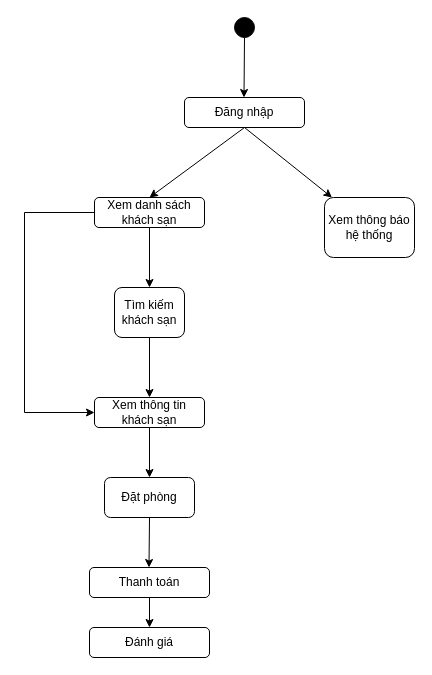
tenmo2003/OOAD keeps this draw.io diagram as Untitled Diagram.drawio. Above is the earlier version. Source tidied: cells renumbered, new cells numbered last; positions are measured from the earlier drawing's top-left corner, leaving out a move shared by most shapes. Both pictures are drawn from the tidied source at 100%, with x=0, y=0 at pixel (24, 17).
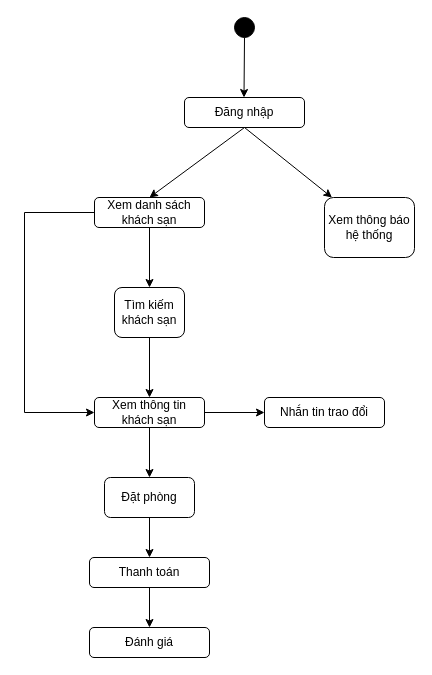
After the change.

The change refers to these unchanged cells:
```xml
<mxCell id="11" value="Xem thông tin khách sạn" style="rounded=1;whiteSpace=wrap;html=1;" parent="1" vertex="1">
  <mxGeometry x="70" y="380" width="110" height="30" as="geometry" />
</mxCell>
<mxCell id="16" value="Đặt phòng" style="rounded=1;whiteSpace=wrap;html=1;" parent="1" vertex="1">
  <mxGeometry x="80" y="460" width="90" height="40" as="geometry" />
</mxCell>
```

What changed in the source:
```diff
@@
+    <mxCell id="20" style="edgeStyle=orthogonalEdgeStyle;rounded=0;jettySize=auto;html=1;exitX=1;exitY=0.5;exitDx=0;exitDy=0;" parent="1" edge="1" source="11" target="21">
+      <mxGeometry relative="1" as="geometry" />
+    </mxCell>
@@
-    <mxCell id="15" style="edgeStyle=orthogonalEdgeStyle;rounded=0;jettySize=auto;html=1;exitX=0.5;exitY=1;exitDx=0;exitDy=0;" parent="1" edge="1" source="16">
-      <mxGeometry relative="1" as="geometry">
-        <mxPoint x="124.5" y="550" as="targetPoint" />
-      </mxGeometry>
+    <mxCell id="15" style="edgeStyle=orthogonalEdgeStyle;rounded=0;jettySize=auto;html=1;exitX=0.5;exitY=1;exitDx=0;exitDy=0;entryX=0.5;entryY=0;entryDx=0;entryDy=0;" parent="1" edge="1" source="16" target="18">
+      <mxGeometry relative="1" as="geometry" />
     </mxCell>
@@
     <mxCell id="18" value="Thanh toán" style="rounded=1;whiteSpace=wrap;html=1;" parent="1" vertex="1">
-      <mxGeometry x="65" y="550" width="120" height="30" as="geometry" />
+      <mxGeometry x="65" y="540" width="120" height="30" as="geometry" />
     </mxCell>
@@
+    <mxCell id="21" value="Nhắn tin trao đổi" style="rounded=1;whiteSpace=wrap;html=1;" parent="1" vertex="1">
+      <mxGeometry x="240" y="380" width="120" height="30" as="geometry" />
+    </mxCell>
```
